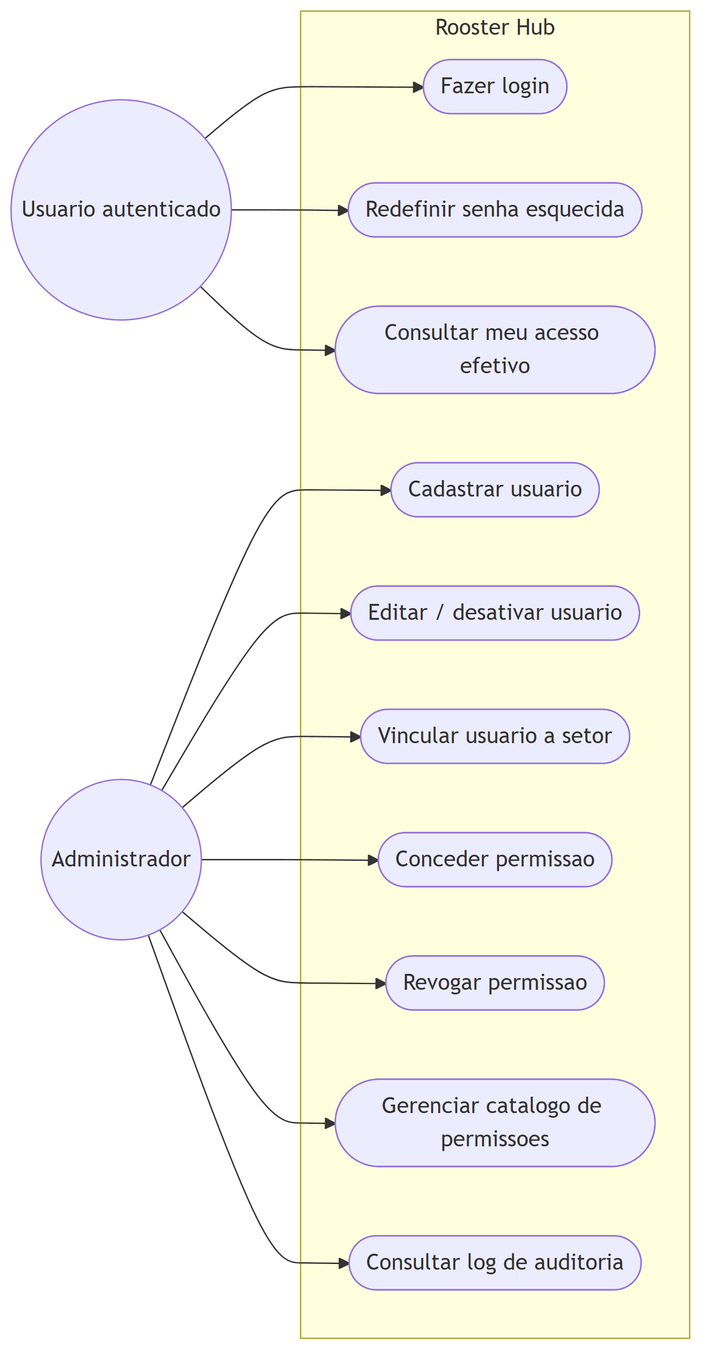
This is docs/diagramas/png/casos-uso-hub.png from bebberjoao/RoosterOneBackend, a Mermaid export, as it was before one commit. Its source is kept beside it as docs/diagramas/src/casos-uso-hub.mmd. Its diagram source:
```mermaid
flowchart LR
  ADM((Administrador))
  USR((Usuario autenticado))

  subgraph Hub[Rooster Hub]
    C1([Fazer login])
    C2([Redefinir senha esquecida])
    C3([Cadastrar usuario])
    C4([Editar / desativar usuario])
    C5([Vincular usuario a setor])
    C6([Conceder permissao])
    C7([Revogar permissao])
    C8([Gerenciar catalogo de permissoes])
    C9([Consultar log de auditoria])
    C10([Consultar meu acesso efetivo])
  end

  USR --> C1
  USR --> C2
  USR --> C10
  ADM --> C3
  ADM --> C4
  ADM --> C5
  ADM --> C6
  ADM --> C7
  ADM --> C8
  ADM --> C9
```
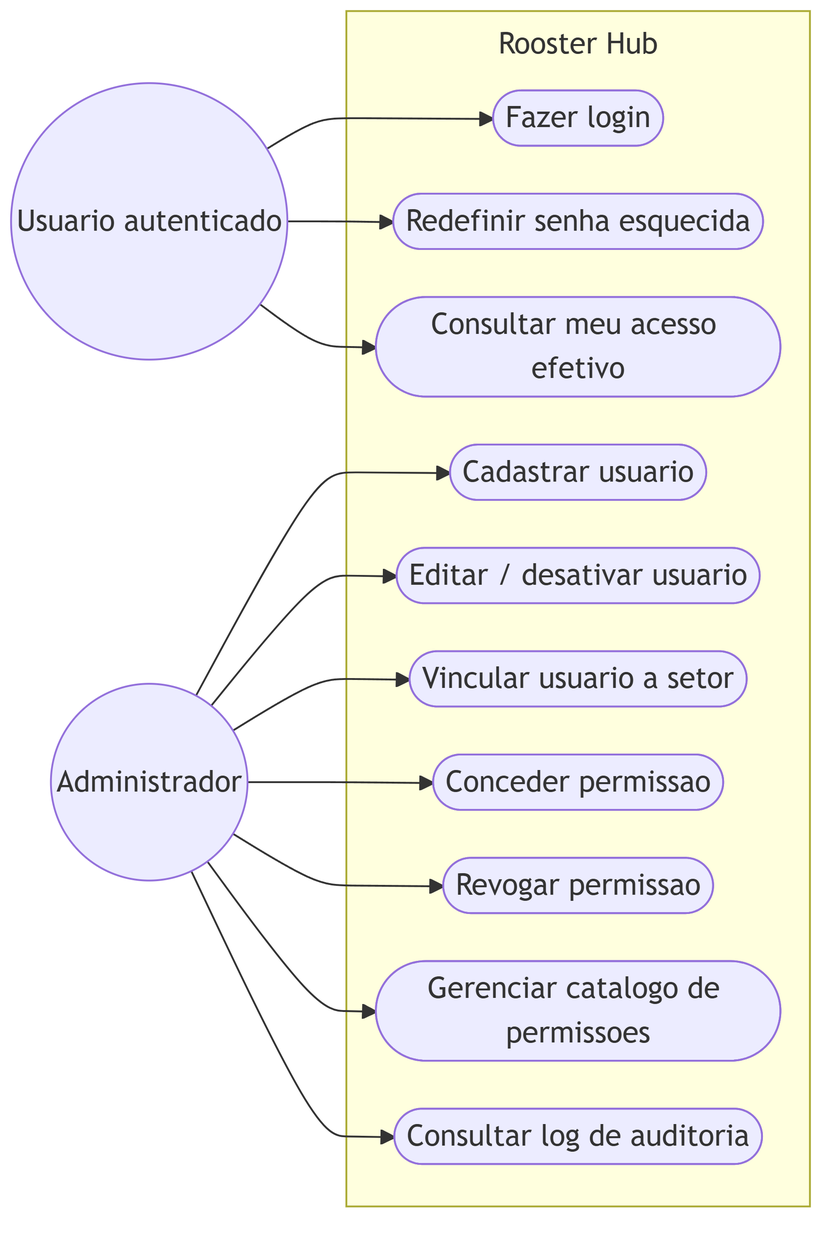
After the commit.

Change to the diagram source:
```diff
@@ -1,3 +1,4 @@
+%%{init: {"flowchart":{"subGraphTitleMargin":{"top":6,"bottom":12},"nodeSpacing":26,"rankSpacing":32,"padding":6,"diagramPadding":6}}}%%
 flowchart LR
   ADM((Administrador))
   USR((Usuario autenticado))
```
